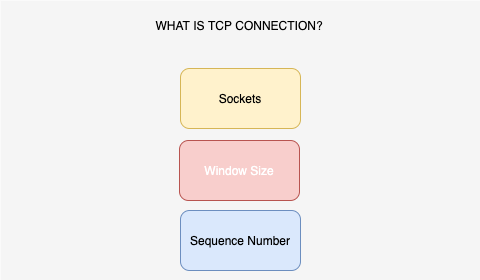
Earlier version of the draw.io export what is tcp connection.png (LuiBu/my-pictures). Source tidied: cells renumbered, new cells last; positions are measured from the earlier drawing's top-left corner, leaving out a move shared by most shapes.
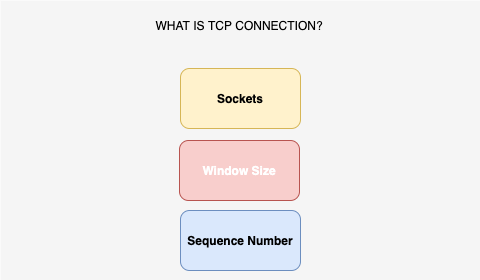
Later version of the same file.

Diff of the diagram source:
```diff
@@ -5,13 +5,13 @@
     <mxCell id="2" style="rounded=0;whiteSpace=wrap;html=1;strokeWidth=0;fillColor=#f5f5f5;fontColor=#333333;strokeColor=none;" parent="1" vertex="1">
       <mxGeometry width="480" height="280" as="geometry" />
     </mxCell>
-    <mxCell id="3" value="Sockets" style="rounded=1;whiteSpace=wrap;html=1;fillColor=#fff2cc;strokeColor=#d6b656;" parent="1" vertex="1">
+    <mxCell id="3" value="&lt;b&gt;Sockets&lt;/b&gt;" style="rounded=1;whiteSpace=wrap;html=1;fillColor=#fff2cc;strokeColor=#d6b656;" parent="1" vertex="1">
       <mxGeometry x="180" y="68" width="120" height="60" as="geometry" />
     </mxCell>
-    <mxCell id="4" value="&lt;font color=&quot;#ffffff&quot;&gt;Window Size&lt;/font&gt;" style="rounded=1;whiteSpace=wrap;html=1;fillColor=#f8cecc;strokeColor=#b85450;" parent="1" vertex="1">
+    <mxCell id="4" value="&lt;font color=&quot;#ffffff&quot;&gt;&lt;b&gt;Window Size&lt;/b&gt;&lt;/font&gt;" style="rounded=1;whiteSpace=wrap;html=1;fillColor=#f8cecc;strokeColor=#b85450;" parent="1" vertex="1">
       <mxGeometry x="179" y="140" width="120" height="60" as="geometry" />
     </mxCell>
-    <mxCell id="5" value="Sequence Number" style="rounded=1;whiteSpace=wrap;html=1;fillColor=#dae8fc;strokeColor=#6c8ebf;" parent="1" vertex="1">
+    <mxCell id="5" value="&lt;b&gt;Sequence Number&lt;/b&gt;" style="rounded=1;whiteSpace=wrap;html=1;fillColor=#dae8fc;strokeColor=#6c8ebf;" parent="1" vertex="1">
       <mxGeometry x="180" y="210" width="120" height="60" as="geometry" />
     </mxCell>
     <mxCell id="6" value="WHAT IS TCP CONNECTION?" style="text;html=1;strokeColor=none;fillColor=none;align=center;verticalAlign=middle;whiteSpace=wrap;rounded=0;" parent="1" vertex="1">
```
